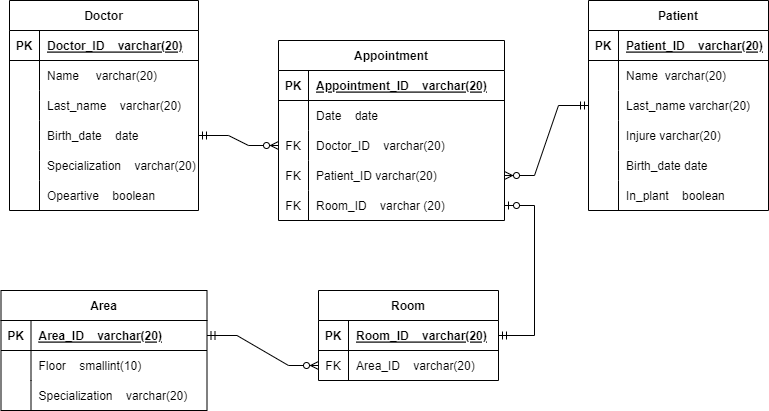
ClearCB/ddl-script-database keeps this draw.io diagram as doc/ASSI06.drawio.png. Above is the earlier version. Source tidied: cells renumbered, new cells last; positions are measured from the earlier drawing's top-left corner, leaving out a move shared by most shapes.
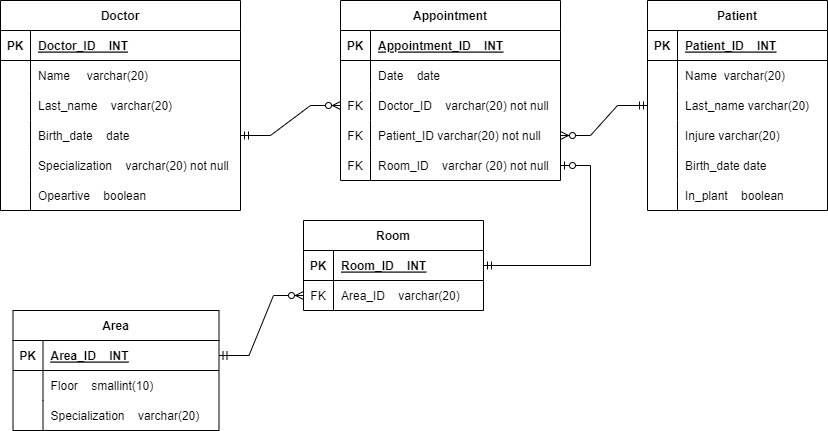
Above is the later version.

What changed in the source:
```diff
@@ -3,112 +3,112 @@
     <mxCell id="0" />
     <mxCell id="1" parent="0" />
     <mxCell id="2" value="Doctor" style="shape=table;startSize=30;rowLines=0;fontStyle=1;align=center;" parent="1" vertex="1">
-      <mxGeometry x="9" width="189" height="210" as="geometry" />
+      <mxGeometry x="-12" y="-20" width="240" height="210" as="geometry" />
     </mxCell>
     <mxCell id="3" style="shape=tableRow;horizontal=0;startSize=0;swimlaneHead=0;swimlaneBody=0;fillColor=none;top=0;left=0;right=0;bottom=1;" parent="2" vertex="1">
-      <mxGeometry y="30" width="189" height="30" as="geometry" />
+      <mxGeometry y="30" width="240" height="30" as="geometry" />
     </mxCell>
     <mxCell id="4" value="PK" style="shape=partialRectangle;fillColor=none;top=0;left=0;bottom=0;right=0;fontStyle=1;overflow=hidden;" parent="3" vertex="1">
       <mxGeometry width="30" height="30" as="geometry" />
     </mxCell>
-    <mxCell id="5" value="Doctor_ID    varchar(20)" style="shape=partialRectangle;fillColor=none;top=0;left=0;bottom=0;right=0;align=left;spacingLeft=6;fontStyle=5;overflow=hidden;" parent="3" vertex="1">
-      <mxGeometry x="30" width="159" height="30" as="geometry" />
+    <mxCell id="5" value="Doctor_ID    INT" style="shape=partialRectangle;fillColor=none;top=0;left=0;bottom=0;right=0;align=left;spacingLeft=6;fontStyle=5;overflow=hidden;" parent="3" vertex="1">
+      <mxGeometry x="30" width="210" height="30" as="geometry" />
     </mxCell>
     <mxCell id="6" style="shape=tableRow;horizontal=0;startSize=0;swimlaneHead=0;swimlaneBody=0;fillColor=none;top=0;left=0;right=0;bottom=0;" parent="2" vertex="1">
-      <mxGeometry y="60" width="189" height="30" as="geometry" />
+      <mxGeometry y="60" width="240" height="30" as="geometry" />
     </mxCell>
     <mxCell id="7" style="shape=partialRectangle;fillColor=none;top=0;left=0;bottom=0;right=0;overflow=hidden;" parent="6" vertex="1">
       <mxGeometry width="30" height="30" as="geometry" />
     </mxCell>
     <mxCell id="8" value="Name     varchar(20)" style="shape=partialRectangle;fillColor=none;top=0;left=0;bottom=0;right=0;align=left;spacingLeft=6;overflow=hidden;" parent="6" vertex="1">
-      <mxGeometry x="30" width="159" height="30" as="geometry" />
+      <mxGeometry x="30" width="210" height="30" as="geometry" />
     </mxCell>
     <mxCell id="9" style="shape=tableRow;horizontal=0;startSize=0;swimlaneHead=0;swimlaneBody=0;fillColor=none;top=0;left=0;right=0;bottom=0;" parent="2" vertex="1">
-      <mxGeometry y="90" width="189" height="30" as="geometry" />
+      <mxGeometry y="90" width="240" height="30" as="geometry" />
     </mxCell>
     <mxCell id="10" style="shape=partialRectangle;fillColor=none;top=0;left=0;bottom=0;right=0;overflow=hidden;" parent="9" vertex="1">
       <mxGeometry width="30" height="30" as="geometry" />
     </mxCell>
     <mxCell id="11" value="Last_name    varchar(20)   " style="shape=partialRectangle;fillColor=none;top=0;left=0;bottom=0;right=0;align=left;spacingLeft=6;overflow=hidden;" parent="9" vertex="1">
-      <mxGeometry x="30" width="159" height="30" as="geometry" />
+      <mxGeometry x="30" width="210" height="30" as="geometry" />
     </mxCell>
     <mxCell id="12" style="shape=tableRow;horizontal=0;startSize=0;swimlaneHead=0;swimlaneBody=0;fillColor=none;points=[[0,0.5],[1,0.5]];portConstraint=eastwest;top=0;left=0;right=0;bottom=0;" parent="2" vertex="1">
-      <mxGeometry y="120" width="189" height="30" as="geometry" />
+      <mxGeometry y="120" width="240" height="30" as="geometry" />
     </mxCell>
     <mxCell id="13" style="shape=partialRectangle;fillColor=none;top=0;left=0;bottom=0;right=0;overflow=hidden;" parent="12" vertex="1">
       <mxGeometry width="30" height="30" as="geometry" />
     </mxCell>
     <mxCell id="14" value="Birth_date    date" style="shape=partialRectangle;fillColor=none;top=0;left=0;bottom=0;right=0;align=left;spacingLeft=6;overflow=hidden;" parent="12" vertex="1">
-      <mxGeometry x="30" width="159" height="30" as="geometry" />
+      <mxGeometry x="30" width="210" height="30" as="geometry" />
     </mxCell>
     <mxCell id="15" style="shape=tableRow;horizontal=0;startSize=0;swimlaneHead=0;swimlaneBody=0;fillColor=none;top=0;left=0;right=0;bottom=0;" parent="2" vertex="1">
-      <mxGeometry y="150" width="189" height="30" as="geometry" />
+      <mxGeometry y="150" width="240" height="30" as="geometry" />
     </mxCell>
     <mxCell id="16" style="shape=partialRectangle;fillColor=none;top=0;left=0;bottom=0;right=0;overflow=hidden;" parent="15" vertex="1">
       <mxGeometry width="30" height="30" as="geometry" />
     </mxCell>
-    <mxCell id="17" value="Specialization    varchar(20)" style="shape=partialRectangle;fillColor=none;top=0;left=0;bottom=0;right=0;align=left;spacingLeft=6;overflow=hidden;" parent="15" vertex="1">
-      <mxGeometry x="30" width="159" height="30" as="geometry" />
+    <mxCell id="17" value="Specialization    varchar(20) not null" style="shape=partialRectangle;fillColor=none;top=0;left=0;bottom=0;right=0;align=left;spacingLeft=6;overflow=hidden;" parent="15" vertex="1">
+      <mxGeometry x="30" width="210" height="30" as="geometry" />
     </mxCell>
     <mxCell id="18" style="shape=tableRow;horizontal=0;startSize=0;swimlaneHead=0;swimlaneBody=0;fillColor=none;top=0;left=0;right=0;bottom=0;" parent="2" vertex="1">
-      <mxGeometry y="180" width="189" height="30" as="geometry" />
+      <mxGeometry y="180" width="240" height="30" as="geometry" />
     </mxCell>
     <mxCell id="19" style="shape=partialRectangle;fillColor=none;top=0;left=0;bottom=0;right=0;overflow=hidden;" parent="18" vertex="1">
       <mxGeometry width="30" height="30" as="geometry" />
     </mxCell>
     <mxCell id="20" value="Opeartive    boolean" style="shape=partialRectangle;fillColor=none;top=0;left=0;bottom=0;right=0;align=left;spacingLeft=6;overflow=hidden;" parent="18" vertex="1">
-      <mxGeometry x="30" width="159" height="30" as="geometry" />
+      <mxGeometry x="30" width="210" height="30" as="geometry" />
     </mxCell>
     <mxCell id="21" value="Appointment" style="shape=table;startSize=30;rowLines=0;fontStyle=1;align=center;" parent="1" vertex="1">
-      <mxGeometry x="278" y="40" width="226" height="180" as="geometry" />
+      <mxGeometry x="328" y="-20" width="220" height="180" as="geometry" />
     </mxCell>
     <mxCell id="22" style="shape=tableRow;horizontal=0;startSize=0;swimlaneHead=0;swimlaneBody=0;fillColor=none;top=0;left=0;right=0;bottom=1;" parent="21" vertex="1">
-      <mxGeometry y="30" width="226" height="30" as="geometry" />
+      <mxGeometry y="30" width="220" height="30" as="geometry" />
     </mxCell>
     <mxCell id="23" value="PK" style="shape=partialRectangle;fillColor=none;top=0;left=0;bottom=0;right=0;fontStyle=1;overflow=hidden;" parent="22" vertex="1">
       <mxGeometry width="30" height="30" as="geometry" />
     </mxCell>
-    <mxCell id="24" value="Appointment_ID    varchar(20)" style="shape=partialRectangle;fillColor=none;top=0;left=0;bottom=0;right=0;align=left;spacingLeft=6;fontStyle=5;overflow=hidden;" parent="22" vertex="1">
-      <mxGeometry x="30" width="196" height="30" as="geometry" />
+    <mxCell id="24" value="Appointment_ID    INT" style="shape=partialRectangle;fillColor=none;top=0;left=0;bottom=0;right=0;align=left;spacingLeft=6;fontStyle=5;overflow=hidden;" parent="22" vertex="1">
+      <mxGeometry x="30" width="190" height="30" as="geometry" />
     </mxCell>
     <mxCell id="25" style="shape=tableRow;horizontal=0;startSize=0;swimlaneHead=0;swimlaneBody=0;fillColor=none;top=0;left=0;right=0;bottom=0;" parent="21" vertex="1">
-      <mxGeometry y="60" width="226" height="30" as="geometry" />
+      <mxGeometry y="60" width="220" height="30" as="geometry" />
     </mxCell>
     <mxCell id="26" style="shape=partialRectangle;fillColor=none;top=0;left=0;bottom=0;right=0;overflow=hidden;" parent="25" vertex="1">
       <mxGeometry width="30" height="30" as="geometry" />
     </mxCell>
     <mxCell id="27" value="Date    date" style="shape=partialRectangle;fillColor=none;top=0;left=0;bottom=0;right=0;align=left;spacingLeft=6;overflow=hidden;" parent="25" vertex="1">
-      <mxGeometry x="30" width="196" height="30" as="geometry" />
+      <mxGeometry x="30" width="190" height="30" as="geometry" />
     </mxCell>
     <mxCell id="28" style="shape=tableRow;horizontal=0;startSize=0;swimlaneHead=0;swimlaneBody=0;fillColor=none;points=[[0,0.5],[1,0.5]];portConstraint=eastwest;top=0;left=0;right=0;bottom=0;" parent="21" vertex="1">
-      <mxGeometry y="90" width="226" height="30" as="geometry" />
+      <mxGeometry y="90" width="220" height="30" as="geometry" />
     </mxCell>
     <mxCell id="29" value="FK" style="shape=partialRectangle;fillColor=none;top=0;left=0;bottom=0;right=0;overflow=hidden;" parent="28" vertex="1">
       <mxGeometry width="30" height="30" as="geometry" />
     </mxCell>
-    <mxCell id="30" value="Doctor_ID    varchar(20)" style="shape=partialRectangle;fillColor=none;top=0;left=0;bottom=0;right=0;align=left;spacingLeft=6;overflow=hidden;" parent="28" vertex="1">
-      <mxGeometry x="30" width="196" height="30" as="geometry" />
+    <mxCell id="30" value="Doctor_ID    varchar(20) not null" style="shape=partialRectangle;fillColor=none;top=0;left=0;bottom=0;right=0;align=left;spacingLeft=6;overflow=hidden;" parent="28" vertex="1">
+      <mxGeometry x="30" width="190" height="30" as="geometry" />
     </mxCell>
     <mxCell id="31" style="shape=tableRow;horizontal=0;startSize=0;swimlaneHead=0;swimlaneBody=0;fillColor=none;points=[[0,0.5],[1,0.5]];portConstraint=eastwest;top=0;left=0;right=0;bottom=0;" parent="21" vertex="1">
-      <mxGeometry y="120" width="226" height="30" as="geometry" />
+      <mxGeometry y="120" width="220" height="30" as="geometry" />
     </mxCell>
     <mxCell id="32" value="FK" style="shape=partialRectangle;fillColor=none;top=0;left=0;bottom=0;right=0;overflow=hidden;" parent="31" vertex="1">
       <mxGeometry width="30" height="30" as="geometry" />
     </mxCell>
-    <mxCell id="33" value="Patient_ID varchar(20)" style="shape=partialRectangle;fillColor=none;top=0;left=0;bottom=0;right=0;align=left;spacingLeft=6;overflow=hidden;" parent="31" vertex="1">
-      <mxGeometry x="30" width="196" height="30" as="geometry" />
+    <mxCell id="33" value="Patient_ID varchar(20) not null" style="shape=partialRectangle;fillColor=none;top=0;left=0;bottom=0;right=0;align=left;spacingLeft=6;overflow=hidden;" parent="31" vertex="1">
+      <mxGeometry x="30" width="190" height="30" as="geometry" />
     </mxCell>
     <mxCell id="34" style="shape=tableRow;horizontal=0;startSize=0;swimlaneHead=0;swimlaneBody=0;fillColor=none;points=[[0,0.5],[1,0.5]];portConstraint=eastwest;top=0;left=0;right=0;bottom=0;" parent="21" vertex="1">
-      <mxGeometry y="150" width="226" height="30" as="geometry" />
+      <mxGeometry y="150" width="220" height="30" as="geometry" />
     </mxCell>
     <mxCell id="35" value="FK" style="shape=partialRectangle;fillColor=none;top=0;left=0;bottom=0;right=0;overflow=hidden;" parent="34" vertex="1">
       <mxGeometry width="30" height="30" as="geometry" />
     </mxCell>
-    <mxCell id="36" value="Room_ID    varchar (20)    " style="shape=partialRectangle;fillColor=none;top=0;left=0;bottom=0;right=0;align=left;spacingLeft=6;overflow=hidden;" parent="34" vertex="1">
-      <mxGeometry x="30" width="196" height="30" as="geometry" />
+    <mxCell id="36" value="Room_ID    varchar (20) not null" style="shape=partialRectangle;fillColor=none;top=0;left=0;bottom=0;right=0;align=left;spacingLeft=6;overflow=hidden;" parent="34" vertex="1">
+      <mxGeometry x="30" width="190" height="30" as="geometry" />
     </mxCell>
     <mxCell id="37" value="Patient" style="shape=table;startSize=30;rowLines=0;fontStyle=1;align=center;" parent="1" vertex="1">
-      <mxGeometry x="588" width="180" height="210" as="geometry" />
+      <mxGeometry x="635" y="-20" width="180" height="210" as="geometry" />
     </mxCell>
     <mxCell id="38" style="shape=tableRow;horizontal=0;startSize=0;swimlaneHead=0;swimlaneBody=0;fillColor=none;top=0;left=0;right=0;bottom=1;" parent="37" vertex="1">
       <mxGeometry y="30" width="180" height="30" as="geometry" />
@@ -116,7 +116,7 @@
     <mxCell id="39" value="PK" style="shape=partialRectangle;fillColor=none;top=0;left=0;bottom=0;right=0;fontStyle=1;overflow=hidden;" parent="38" vertex="1">
       <mxGeometry width="30" height="30" as="geometry" />
     </mxCell>
-    <mxCell id="40" value="Patient_ID    varchar(20)" style="shape=partialRectangle;fillColor=none;top=0;left=0;bottom=0;right=0;align=left;spacingLeft=6;fontStyle=5;overflow=hidden;" parent="38" vertex="1">
+    <mxCell id="40" value="Patient_ID    INT" style="shape=partialRectangle;fillColor=none;top=0;left=0;bottom=0;right=0;align=left;spacingLeft=6;fontStyle=5;overflow=hidden;" parent="38" vertex="1">
       <mxGeometry x="30" width="150" height="30" as="geometry" />
     </mxCell>
     <mxCell id="41" style="shape=tableRow;horizontal=0;startSize=0;swimlaneHead=0;swimlaneBody=0;fillColor=none;top=0;left=0;right=0;bottom=0;" parent="37" vertex="1">
@@ -165,7 +165,7 @@
       <mxGeometry x="30" width="150" height="30" as="geometry" />
     </mxCell>
     <mxCell id="56" value="Room" style="shape=table;startSize=30;rowLines=0;fontStyle=1;align=center;" parent="1" vertex="1">
-      <mxGeometry x="318" y="290" width="180" height="90" as="geometry" />
+      <mxGeometry x="291" y="200" width="180" height="90" as="geometry" />
     </mxCell>
     <mxCell id="57" style="shape=tableRow;horizontal=0;startSize=0;swimlaneHead=0;swimlaneBody=0;fillColor=none;points=[[0,0.5],[1,0.5]];portConstraint=eastwest;top=0;left=0;right=0;bottom=1;" parent="56" vertex="1">
       <mxGeometry y="30" width="180" height="30" as="geometry" />
@@ -173,7 +173,7 @@
     <mxCell id="58" value="PK" style="shape=partialRectangle;fillColor=none;top=0;left=0;bottom=0;right=0;fontStyle=1;overflow=hidden;" parent="57" vertex="1">
       <mxGeometry width="30" height="30" as="geometry" />
     </mxCell>
-    <mxCell id="59" value="Room_ID    varchar(20)" style="shape=partialRectangle;fillColor=none;top=0;left=0;bottom=0;right=0;align=left;spacingLeft=6;fontStyle=5;overflow=hidden;" parent="57" vertex="1">
+    <mxCell id="59" value="Room_ID    INT" style="shape=partialRectangle;fillColor=none;top=0;left=0;bottom=0;right=0;align=left;spacingLeft=6;fontStyle=5;overflow=hidden;" parent="57" vertex="1">
       <mxGeometry x="30" width="150" height="30" as="geometry" />
     </mxCell>
     <mxCell id="60" style="shape=tableRow;horizontal=0;startSize=0;swimlaneHead=0;swimlaneBody=0;fillColor=none;points=[[0,0.5],[1,0.5]];portConstraint=eastwest;top=0;left=0;right=0;bottom=0;" parent="56" vertex="1">
@@ -194,7 +194,7 @@
     <mxCell id="65" value="PK" style="shape=partialRectangle;fillColor=none;top=0;left=0;bottom=0;right=0;fontStyle=1;overflow=hidden;" parent="64" vertex="1">
       <mxGeometry width="30" height="30" as="geometry" />
     </mxCell>
-    <mxCell id="66" value="Area_ID    varchar(20)" style="shape=partialRectangle;fillColor=none;top=0;left=0;bottom=0;right=0;align=left;spacingLeft=6;fontStyle=5;overflow=hidden;" parent="64" vertex="1">
+    <mxCell id="66" value="Area_ID    INT" style="shape=partialRectangle;fillColor=none;top=0;left=0;bottom=0;right=0;align=left;spacingLeft=6;fontStyle=5;overflow=hidden;" parent="64" vertex="1">
       <mxGeometry x="30" width="176" height="30" as="geometry" />
     </mxCell>
     <mxCell id="67" style="shape=tableRow;horizontal=0;startSize=0;swimlaneHead=0;swimlaneBody=0;fillColor=none;top=0;left=0;right=0;bottom=0;" parent="63" vertex="1">
```
